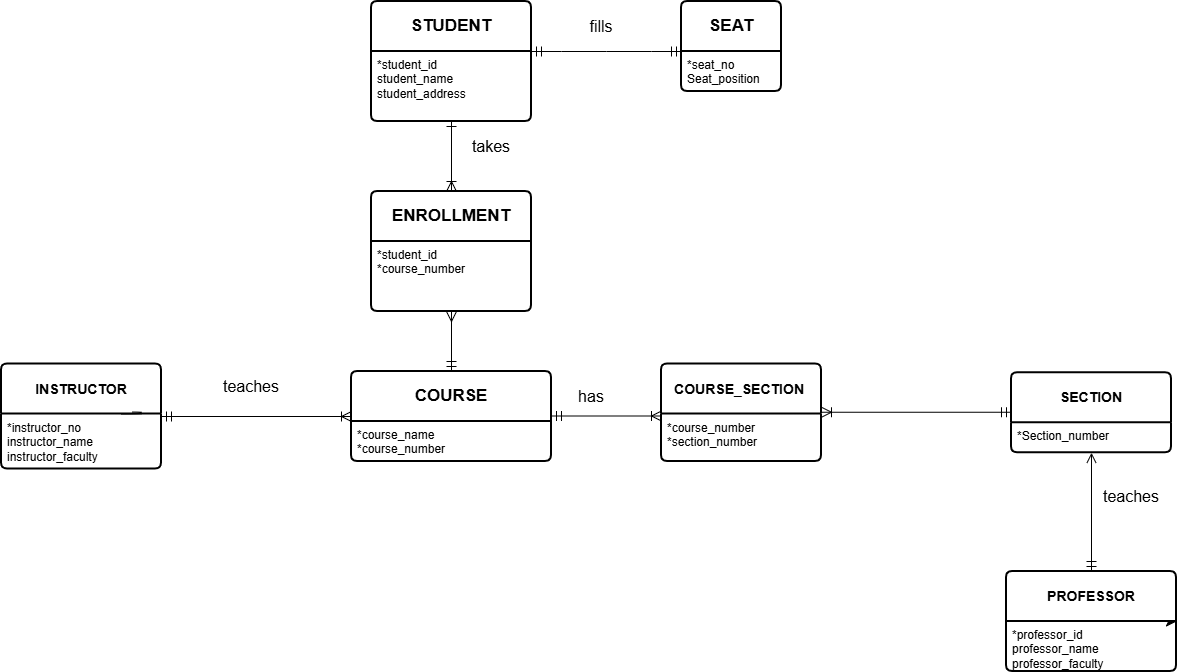
This is Conceptual_Modeling.drawio.png from LuisCP759/luc_comp251_lab2, a draw.io export, as it was before one commit. Source tidied: cells renumbered, new cells last; positions are measured from the earlier drawing's top-left corner, leaving out a move shared by most shapes.
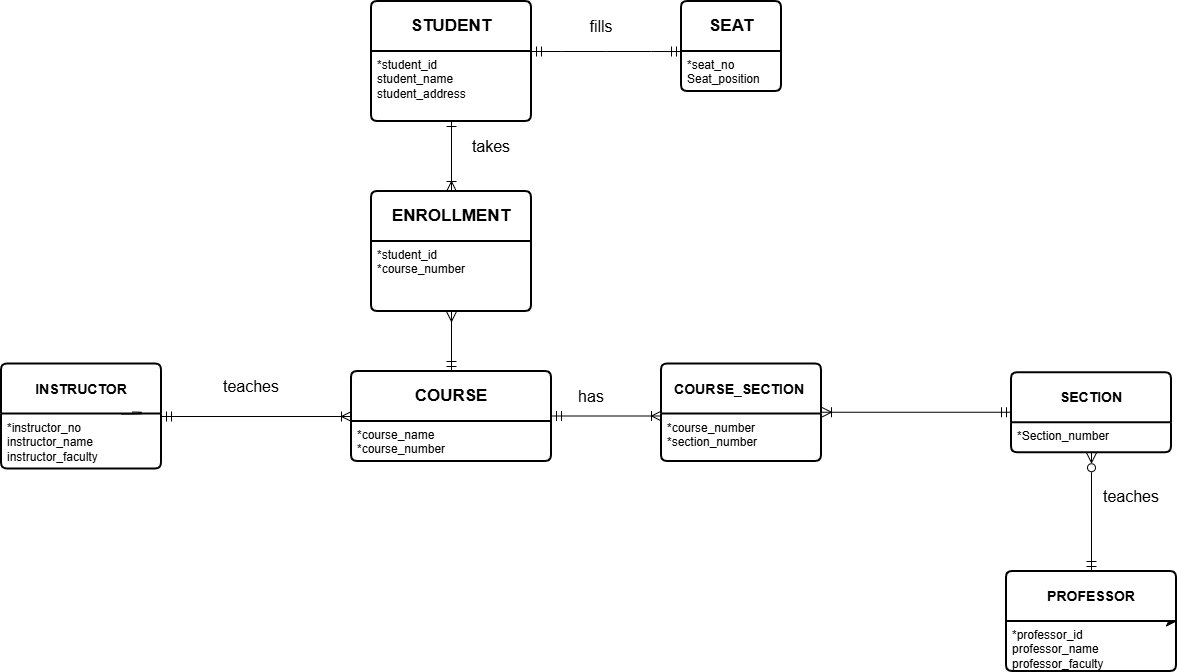
Later version of the same file.

Change to the diagram source:
```diff
@@ -100,7 +100,7 @@
         <mxPoint x="1010" y="410.8" as="targetPoint" />
       </mxGeometry>
     </mxCell>
-    <mxCell id="30" style="fontSize=12;html=1;endArrow=open;startArrow=ERmandOne;rounded=0;defaultLabelBackgroundColor=page;startSize=8;endSize=8;startFill=0;endFill=0;elbow=vertical;entryX=0.5;entryY=1;entryDx=0;entryDy=0;exitX=0.5;exitY=0;exitDx=0;exitDy=0;" parent="1" edge="1" source="16" target="14">
+    <mxCell id="30" style="fontSize=12;html=1;endArrow=ERzeroToMany;startArrow=ERmandOne;rounded=0;defaultLabelBackgroundColor=page;startSize=8;endSize=8;startFill=0;endFill=0;elbow=vertical;entryX=0.5;entryY=1;entryDx=0;entryDy=0;exitX=0.5;exitY=0;exitDx=0;exitDy=0;" parent="1" edge="1" source="16" target="14">
       <mxGeometry x="-0.09" relative="1" as="geometry" />
     </mxCell>
     <mxCell id="31" style="fontSize=12;html=1;endArrow=ERoneToMany;startArrow=ERone;rounded=0;defaultLabelBackgroundColor=page;startSize=8;endSize=8;entryX=0.5;entryY=0;entryDx=0;entryDy=0;startFill=0;endFill=0;elbow=vertical;exitX=0.5;exitY=1;exitDx=0;exitDy=0;" parent="1" edge="1" source="4" target="23">
```
